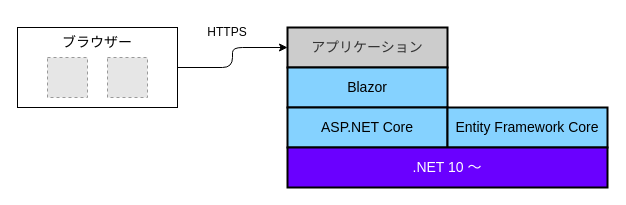
The draw.io diagram documents/_materials/images/app-architecture/overview/server-side-rendering-maris-dark.drawio in AlesInfiny/maris, before the edit. Source tidied: cells renumbered, new cells numbered last; positions are measured from the earlier drawing's top-left corner, leaving out a move shared by most shapes. Both pictures are drawn from the tidied source at 100%, with x=0, y=0 at pixel (17, 17). Pictures stored in the file or linked from it are replaced by grey dashed boxes.
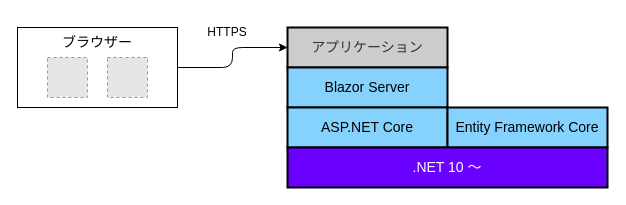
After the change.

The edit, as a diff of the source:
```diff
@@
 <mxGraphModel>
   <root>
     <mxCell id="0" />
     <mxCell id="1" parent="0" />
     <mxCell id="2" style="edgeStyle=orthogonalEdgeStyle;html=1;entryX=0;entryY=0.5;entryDx=0;entryDy=0;" parent="1" edge="1" source="3" target="6">
       <mxGeometry relative="1" as="geometry" />
     </mxCell>
     <mxCell id="3" value="&lt;font style=&quot;font-size: 14px;&quot;&gt;ブラウザー&lt;/font&gt;" style="rounded=0;whiteSpace=wrap;html=1;verticalAlign=top;" parent="1" vertex="1">
       <mxGeometry y="10" width="160" height="80" as="geometry" />
     </mxCell>
     <mxCell id="4" style="fillColor=#E6E6E6;strokeColor=#999999;dashed=1;verticalLabelPosition=bottom;labelBackgroundColor=#ffffff;verticalAlign=top;fontFamily=Noto Sans JP;" parent="1" vertex="1">
       <mxGeometry x="90" y="40" width="40" height="40" as="geometry" />
     </mxCell>
     <mxCell id="5" style="fillColor=#E6E6E6;strokeColor=#999999;dashed=1;verticalLabelPosition=bottom;labelBackgroundColor=#ffffff;verticalAlign=top;fontFamily=Noto Sans JP;" parent="1" vertex="1">
       <mxGeometry x="30" y="40" width="40" height="40" as="geometry" />
     </mxCell>
     <mxCell id="6" value="アプリケーション" style="rounded=0;whiteSpace=wrap;html=1;fillColor=#CCCCCC;strokeColor=#000000;fontColor=#333333;strokeWidth=2;fontSize=14;" parent="1" vertex="1">
       <mxGeometry x="270" y="10" width="160" height="40" as="geometry" />
     </mxCell>
-    <mxCell id="7" value="&lt;font style=&quot;color: rgb(0, 0, 0);&quot;&gt;Blazor&lt;/font&gt;" style="rounded=0;whiteSpace=wrap;html=1;strokeColor=#000000;fillColor=#85D2FF;strokeWidth=2;fontSize=14;" parent="1" vertex="1">
+    <mxCell id="7" value="&lt;font style=&quot;color: rgb(0, 0, 0);&quot;&gt;Blazor Server&lt;/font&gt;" style="rounded=0;whiteSpace=wrap;html=1;strokeColor=#000000;fillColor=#85D2FF;strokeWidth=2;fontSize=14;" parent="1" vertex="1">
       <mxGeometry x="270" y="50" width="160" height="40" as="geometry" />
     </mxCell>
     <mxCell id="8" value="&lt;font style=&quot;color: rgb(0, 0, 0);&quot;&gt;ASP.NET Core&lt;/font&gt;" style="rounded=0;whiteSpace=wrap;html=1;strokeColor=#000000;fillColor=#85D2FF;strokeWidth=2;fontSize=14;" parent="1" vertex="1">
       <mxGeometry x="270" y="90" width="160" height="40" as="geometry" />
     </mxCell>
     <mxCell id="9" value="&lt;font style=&quot;color: rgb(0, 0, 0);&quot;&gt;Entity Framework Core&lt;/font&gt;" style="rounded=0;whiteSpace=wrap;html=1;strokeColor=#000000;fillColor=#85D2FF;strokeWidth=2;fontSize=14;" parent="1" vertex="1">
       <mxGeometry x="430" y="90" width="160" height="40" as="geometry" />
     </mxCell>
     <mxCell id="10" value="&lt;font style=&quot;color: rgb(255, 255, 255);&quot;&gt;.NET 10 ～&lt;/font&gt;" style="rounded=0;whiteSpace=wrap;html=1;strokeColor=#000000;fillColor=#6A00FF;strokeWidth=2;fontSize=14;" parent="1" vertex="1">
       <mxGeometry x="270" y="130" width="320" height="40" as="geometry" />
     </mxCell>
     <mxCell id="11" value="HTTPS" style="text;html=1;align=center;verticalAlign=middle;whiteSpace=wrap;rounded=0;" parent="1" vertex="1">
       <mxGeometry x="180" width="60" height="30" as="geometry" />
     </mxCell>
   </root>
 </mxGraphModel>
```
